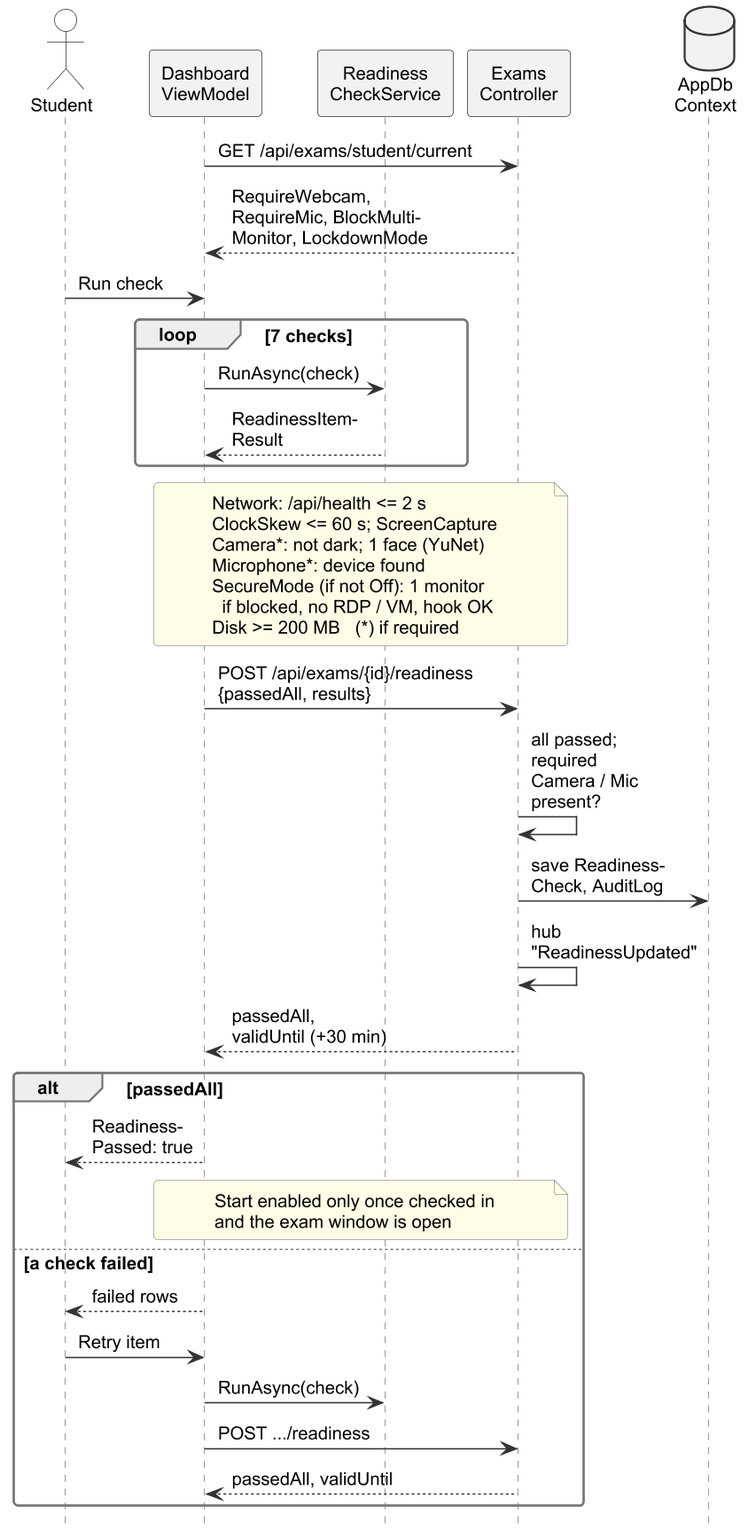
The PlantUML diagram important docs/fyp_doc_3chatp/Figures/seq_diagnostics.png in Haiderali27-hub/AI-Lab-Monitoring-, before a commit.
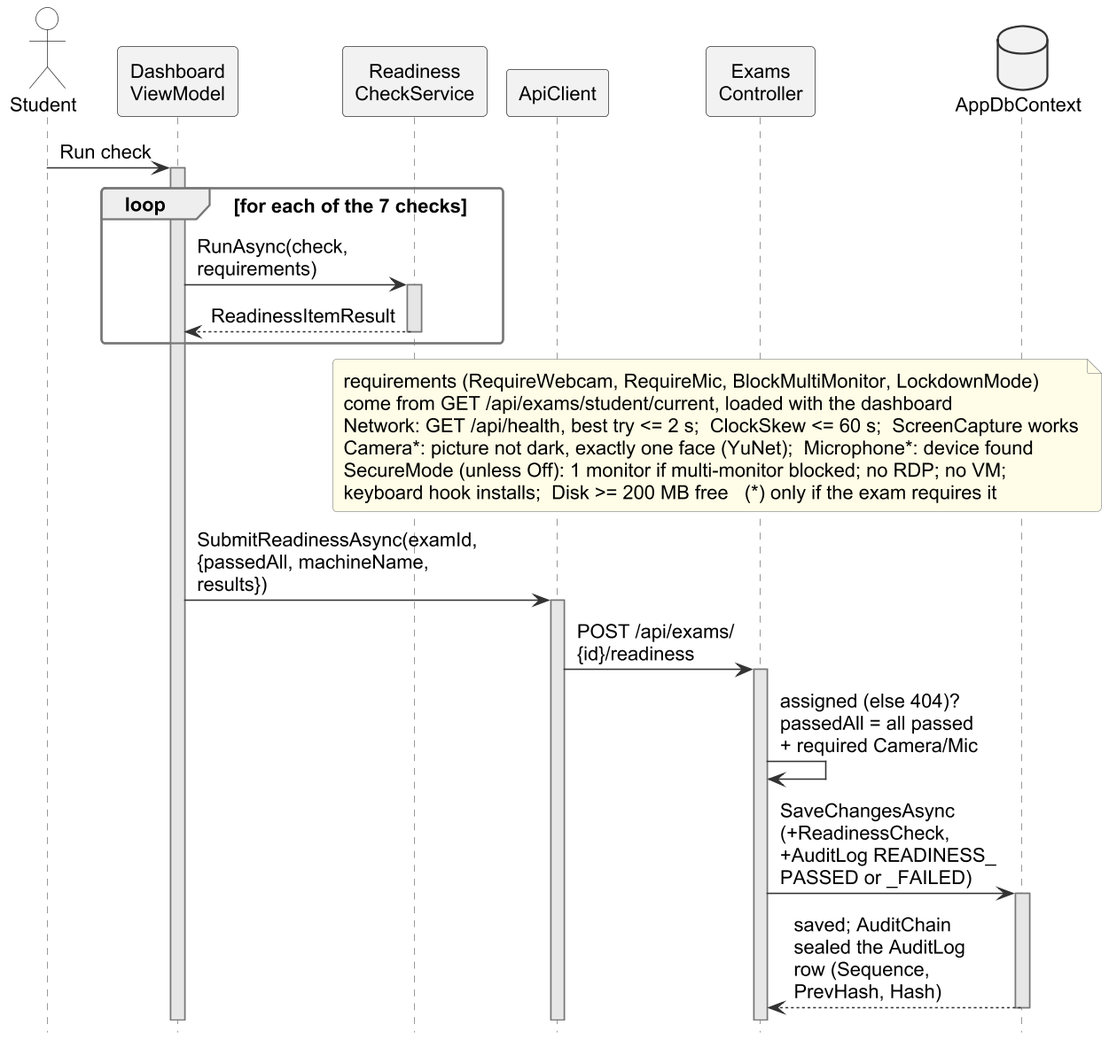
The same file after the commit.

What changed in the source:
```diff
@@ -1,52 +1,48 @@
 @startuml
 !include style.iuml
-skinparam ArrowFontSize 13
-skinparam defaultFontSize 13
+skinparam defaultFontSize 14
+skinparam ArrowFontSize 14
 hide footbox
-skinparam ParticipantPadding 0
+hide unlinked
+skinparam ParticipantPadding 2
+skinparam BoxPadding 0
+skinparam maxMessageSize 200
 skinparam sequence {
   MessageAlign left
+  LifeLineBackgroundColor #E6E6E6
 }
-skinparam maxMessageSize 300
 
 actor Student
 participant "Dashboard\nViewModel" as VM
 participant "Readiness\nCheckService" as RCS
+participant "ApiClient" as API
 participant "Exams\nController" as EC
-database "AppDb\nContext" as DB
+database "AppDbContext" as DB
+participant "Monitoring\nHub" as HUB
 
-VM -> EC : GET /api/exams/student/current
-EC --> VM : RequireWebcam,\nRequireMic, BlockMulti-\nMonitor, LockdownMode
 Student -> VM : Run check
-loop 7 checks
-  VM -> RCS : RunAsync(check)
-  RCS --> VM : ReadinessItem-\nResult
+activate VM
+loop for each of the 7 checks
+  VM -> RCS : RunAsync(check,\nrequirements)
+  activate RCS
+  RCS --> VM : ReadinessItemResult
+  deactivate RCS
 end
-note over VM, EC
-Network: /api/health <= 2 s
-ClockSkew <= 60 s; ScreenCapture
-Camera*: not dark; 1 face (YuNet)
-Microphone*: device found
-SecureMode (if not Off): 1 monitor
-  if blocked, no RDP / VM, hook OK
-Disk >= 200 MB   (*) if required
+note over RCS, DB
+requirements (RequireWebcam, RequireMic, BlockMultiMonitor, LockdownMode)
+come from GET /api/exams/student/current, loaded with the dashboard
+Network: GET /api/health, best try <= 2 s;  ClockSkew <= 60 s;  ScreenCapture works
+Camera*: picture not dark, exactly one face (YuNet);  Microphone*: device found
+SecureMode (unless Off): 1 monitor if multi-monitor blocked; no RDP; no VM;
+keyboard hook installs;  Disk >= 200 MB free   (*) only if the exam requires it
 end note
-VM -> EC : POST /api/exams/{id}/readiness\n{passedAll, results}
-EC -> EC : all passed;\nrequired\nCamera / Mic\npresent?
-EC -> DB : save Readiness-\nCheck, AuditLog
-EC -> EC : hub\n"ReadinessUpdated"
-EC --> VM : passedAll,\nvalidUntil (+30 min)
-alt passedAll
-  VM --> Student : Readiness-\nPassed: true
-  note over VM, EC
-  Start enabled only once checked in
-  and the exam window is open
-  end note
-else a check failed
-  VM --> Student : failed rows
-  Student -> VM : Retry item
-  VM -> RCS : RunAsync(check)
-  VM -> EC : POST .../readiness
-  EC --> VM : passedAll, validUntil
-end
+VM -> API : SubmitReadinessAsync(examId,\n{passedAll, machineName, results})
+activate API
+API -> EC : POST /api/exams/\n{id}/readiness
+activate EC
+EC -> EC : assigned (else 404)?\npassedAll = all passed\n+ required Camera/Mic
+EC -> DB : SaveChangesAsync\n(+ReadinessCheck,\n+AuditLog READINESS_\nPASSED or _FAILED)
+activate DB
+DB --> EC : saved; AuditChain\nsealed the AuditLog\nrow (Sequence,\nPrevHash, Hash)
+deactivate DB
 @enduml
```
